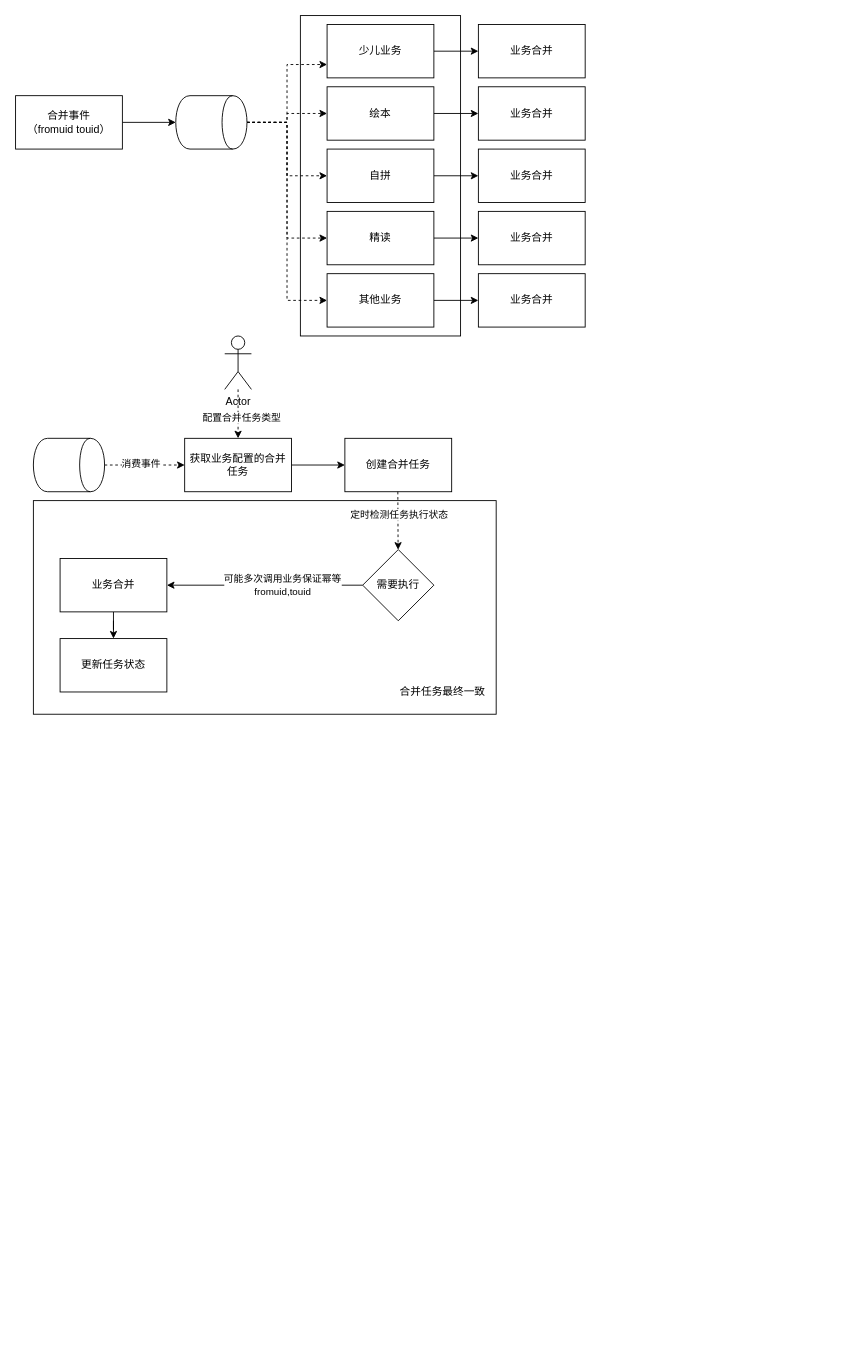
The draw.io diagram page "资产合并流程" (11 of 11) of test.drawio in joeytang/imgs, before the edit. Source tidied: cells renumbered, new cells numbered last; positions are measured from the earlier drawing's top-left corner, leaving out a move shared by most shapes. Both pictures are drawn from the tidied source at 89%, with x=0, y=0 at pixel (15, 15).
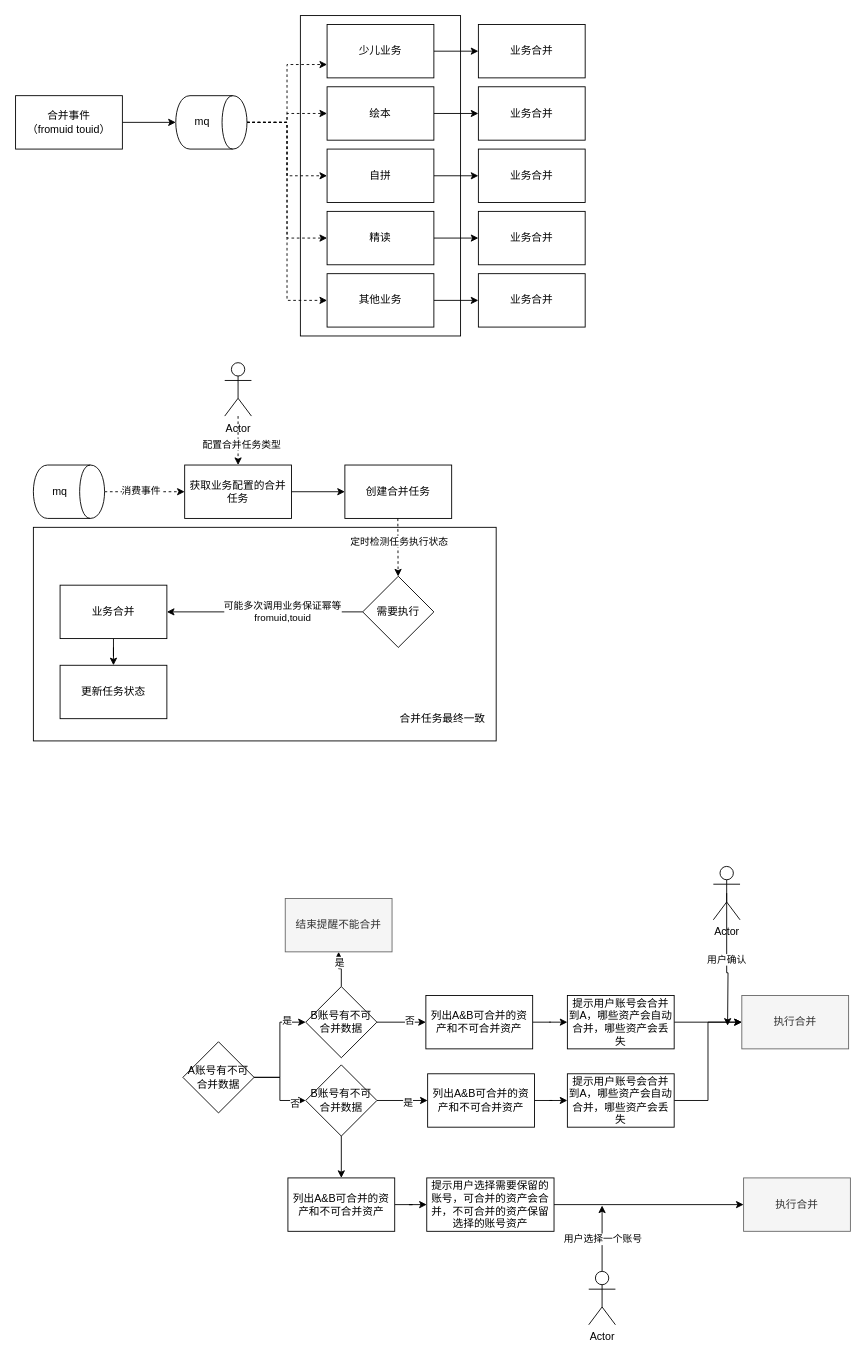
After the change.

The edit, as a diff of the source:
```diff
@@
     <mxCell id="2" style="rounded=0;whiteSpace=wrap;html=1;" parent="1" vertex="1">
-      <mxGeometry x="20" y="545" width="520" height="240" as="geometry" />
+      <mxGeometry x="20" y="575" width="520" height="240" as="geometry" />
     </mxCell>
@@
     <mxCell id="28" value="获取业务配置的合并任务" style="rounded=0;whiteSpace=wrap;html=1;" parent="1" vertex="1">
-      <mxGeometry x="190" y="475" width="120" height="60" as="geometry" />
+      <mxGeometry x="190" y="505" width="120" height="60" as="geometry" />
     </mxCell>
@@
     <mxCell id="31" style="shape=cylinder;whiteSpace=wrap;html=1;boundedLbl=1;backgroundOutline=1;rotation=90;" parent="1" vertex="1">
-      <mxGeometry x="30" y="465" width="60" height="80" as="geometry" />
+      <mxGeometry x="30" y="495" width="60" height="80" as="geometry" />
     </mxCell>
     <mxCell id="32" style="endArrow=classic;html=1;dashed=1;" parent="1" edge="1" target="28">
       <mxGeometry relative="1" as="geometry">
-        <mxPoint x="250" y="420" as="sourcePoint" />
+        <mxPoint x="250" y="450" as="sourcePoint" />
       </mxGeometry>
     </mxCell>
@@
     <mxCell id="34" value="Actor" style="shape=umlActor;verticalLabelPosition=bottom;verticalAlign=top;html=1;" parent="1" vertex="1">
-      <mxGeometry x="235" y="360" width="30" height="60" as="geometry" />
+      <mxGeometry x="235" y="390" width="30" height="60" as="geometry" />
     </mxCell>
     <mxCell id="35" value="创建合并任务" style="whiteSpace=wrap;html=1;rounded=0;" parent="1" vertex="1">
-      <mxGeometry x="370" y="475" width="120" height="60" as="geometry" />
+      <mxGeometry x="370" y="505" width="120" height="60" as="geometry" />
     </mxCell>
     <mxCell id="36" style="endArrow=classic;html=1;dashed=1;" parent="1" edge="1" target="40">
       <mxGeometry relative="1" as="geometry">
-        <mxPoint x="429.5" y="535" as="sourcePoint" />
+        <mxPoint x="429.5" y="565" as="sourcePoint" />
       </mxGeometry>
     </mxCell>
@@
     <mxCell id="40" value="需要执行" style="rhombus;whiteSpace=wrap;html=1;" parent="1" vertex="1">
-      <mxGeometry x="390" y="600" width="80" height="80" as="geometry" />
+      <mxGeometry x="390" y="630" width="80" height="80" as="geometry" />
     </mxCell>
@@
     <mxCell id="42" value="业务合并" style="rounded=0;whiteSpace=wrap;html=1;" parent="1" vertex="1">
-      <mxGeometry x="50" y="610" width="120" height="60" as="geometry" />
+      <mxGeometry x="50" y="640" width="120" height="60" as="geometry" />
     </mxCell>
     <mxCell id="43" value="更新任务状态" style="rounded=0;whiteSpace=wrap;html=1;" parent="1" vertex="1">
-      <mxGeometry x="50" y="700" width="120" height="60" as="geometry" />
+      <mxGeometry x="50" y="730" width="120" height="60" as="geometry" />
     </mxCell>
     <mxCell id="44" value="合并任务最终一致" style="text;html=1;strokeColor=none;fillColor=none;align=center;verticalAlign=middle;whiteSpace=wrap;rounded=0;" parent="1" vertex="1">
-      <mxGeometry x="430" y="750" width="100" height="20" as="geometry" />
+      <mxGeometry x="430" y="780" width="100" height="20" as="geometry" />
     </mxCell>
+    <mxCell id="45" value="mq" style="text;html=1;strokeColor=none;fillColor=none;align=center;verticalAlign=middle;whiteSpace=wrap;rounded=0;" parent="1" vertex="1">
+      <mxGeometry x="190" y="110" width="40" height="20" as="geometry" />
+    </mxCell>
+    <mxCell id="46" value="mq" style="text;html=1;strokeColor=none;fillColor=none;align=center;verticalAlign=middle;whiteSpace=wrap;rounded=0;" parent="1" vertex="1">
+      <mxGeometry x="30" y="525" width="40" height="20" as="geometry" />
+    </mxCell>
+    <mxCell id="47" style="edgeStyle=orthogonalEdgeStyle;rounded=0;jettySize=auto;html=1;" parent="1" edge="1" source="51" target="56">
+      <mxGeometry relative="1" as="geometry" />
+    </mxCell>
+    <mxCell id="48" value="是" style="edgeLabel;html=1;align=center;verticalAlign=middle;" parent="47" vertex="1">
+      <mxGeometry x="0.63" y="2" relative="1" as="geometry" />
+    </mxCell>
+    <mxCell id="49" style="edgeStyle=orthogonalEdgeStyle;rounded=0;jettySize=auto;html=1;" parent="1" edge="1" source="51" target="60">
+      <mxGeometry relative="1" as="geometry" />
+    </mxCell>
+    <mxCell id="50" value="否" style="edgeLabel;html=1;align=center;verticalAlign=middle;" parent="49" vertex="1">
+      <mxGeometry x="0.7" y="-3" relative="1" as="geometry" />
+    </mxCell>
+    <mxCell id="51" value="A账号有不可合并数据" style="rhombus;whiteSpace=wrap;html=1;" parent="1" vertex="1">
+      <mxGeometry x="188" y="1153" width="80" height="80" as="geometry" />
+    </mxCell>
+    <mxCell id="52" style="edgeStyle=orthogonalEdgeStyle;rounded=0;jettySize=auto;html=1;" parent="1" edge="1" source="56" target="61">
+      <mxGeometry relative="1" as="geometry" />
+    </mxCell>
+    <mxCell id="53" value="是" style="edgeLabel;html=1;align=center;verticalAlign=middle;" parent="52" vertex="1">
+      <mxGeometry x="0.49" relative="1" as="geometry" />
+    </mxCell>
+    <mxCell id="54" style="edgeStyle=orthogonalEdgeStyle;rounded=0;jettySize=auto;html=1;" parent="1" edge="1" source="56" target="63">
+      <mxGeometry relative="1" as="geometry" />
+    </mxCell>
+    <mxCell id="55" value="否" style="edgeLabel;html=1;align=center;verticalAlign=middle;" parent="54" vertex="1">
+      <mxGeometry x="0.32" y="2" relative="1" as="geometry" />
+    </mxCell>
+    <mxCell id="56" value="B账号有不可合并数据" style="rhombus;whiteSpace=wrap;html=1;" parent="1" vertex="1">
+      <mxGeometry x="326" y="1091" width="80" height="80" as="geometry" />
+    </mxCell>
+    <mxCell id="57" style="edgeStyle=orthogonalEdgeStyle;rounded=0;jettySize=auto;html=1;" parent="1" edge="1" source="60" target="70">
+      <mxGeometry relative="1" as="geometry" />
+    </mxCell>
+    <mxCell id="58" value="是" style="edgeLabel;html=1;align=center;verticalAlign=middle;" parent="57" vertex="1">
+      <mxGeometry x="0.19" y="-2" relative="1" as="geometry" />
+    </mxCell>
+    <mxCell id="59" style="edgeStyle=orthogonalEdgeStyle;rounded=0;jettySize=auto;html=1;" parent="1" edge="1" source="60" target="75">
+      <mxGeometry relative="1" as="geometry" />
+    </mxCell>
+    <mxCell id="60" value="B账号有不可合并数据" style="rhombus;whiteSpace=wrap;html=1;" parent="1" vertex="1">
+      <mxGeometry x="326" y="1179" width="80" height="80" as="geometry" />
+    </mxCell>
+    <mxCell id="61" value="结束提醒不能合并" style="rounded=0;whiteSpace=wrap;html=1;fillColor=#f5f5f5;strokeColor=#666666;fontColor=#333333;" parent="1" vertex="1">
+      <mxGeometry x="303" y="992" width="120" height="60" as="geometry" />
+    </mxCell>
+    <mxCell id="62" style="edgeStyle=orthogonalEdgeStyle;rounded=0;jettySize=auto;html=1;" parent="1" edge="1" source="63" target="65">
+      <mxGeometry relative="1" as="geometry" />
+    </mxCell>
+    <mxCell id="63" value="列出A&amp;amp;B可合并的资产和不可合并资产" style="rounded=0;whiteSpace=wrap;html=1;" parent="1" vertex="1">
+      <mxGeometry x="461" y="1101" width="120" height="60" as="geometry" />
+    </mxCell>
+    <mxCell id="64" style="edgeStyle=orthogonalEdgeStyle;rounded=0;jettySize=auto;html=1;" parent="1" edge="1" source="65" target="66">
+      <mxGeometry relative="1" as="geometry" />
+    </mxCell>
+    <mxCell id="65" value="提示用户账号会合并到A，哪些资产会自动合并，哪些资产会丢失" style="rounded=0;whiteSpace=wrap;html=1;" parent="1" vertex="1">
+      <mxGeometry x="620" y="1101" width="120" height="60" as="geometry" />
+    </mxCell>
+    <mxCell id="66" value="执行合并" style="rounded=0;whiteSpace=wrap;html=1;fillColor=#f5f5f5;strokeColor=#666666;fontColor=#333333;" parent="1" vertex="1">
+      <mxGeometry x="816" y="1101" width="120" height="60" as="geometry" />
+    </mxCell>
+    <mxCell id="67" value="用户确认" style="edgeStyle=orthogonalEdgeStyle;rounded=0;jettySize=auto;html=1;exitX=0.5;exitY=0.5;exitDx=0;exitDy=0;exitPerimeter=0;" parent="1" edge="1" source="68">
+      <mxGeometry relative="1" as="geometry">
+        <mxPoint x="800" y="1135" as="targetPoint" />
+      </mxGeometry>
+    </mxCell>
+    <mxCell id="68" value="Actor" style="shape=umlActor;verticalLabelPosition=bottom;verticalAlign=top;html=1;outlineConnect=0;" parent="1" vertex="1">
+      <mxGeometry x="784" y="956" width="30" height="60" as="geometry" />
+    </mxCell>
+    <mxCell id="69" style="edgeStyle=orthogonalEdgeStyle;rounded=0;jettySize=auto;html=1;" parent="1" edge="1" source="70" target="72">
+      <mxGeometry relative="1" as="geometry" />
+    </mxCell>
+    <mxCell id="70" value="列出A&amp;amp;B可合并的资产和不可合并资产" style="rounded=0;whiteSpace=wrap;html=1;" parent="1" vertex="1">
+      <mxGeometry x="463" y="1189" width="120" height="60" as="geometry" />
+    </mxCell>
+    <mxCell id="71" style="edgeStyle=orthogonalEdgeStyle;rounded=0;jettySize=auto;html=1;entryX=0;entryY=0.5;entryDx=0;entryDy=0;" parent="1" edge="1" source="72" target="66">
+      <mxGeometry relative="1" as="geometry" />
+    </mxCell>
+    <mxCell id="72" value="提示用户账号会合并到A，哪些资产会自动合并，哪些资产会丢失" style="rounded=0;whiteSpace=wrap;html=1;" parent="1" vertex="1">
+      <mxGeometry x="620" y="1189" width="120" height="60" as="geometry" />
+    </mxCell>
+    <mxCell id="73" style="edgeStyle=orthogonalEdgeStyle;rounded=0;jettySize=auto;html=1;exitX=1;exitY=0.5;exitDx=0;exitDy=0;" parent="1" edge="1" source="79" target="76">
+      <mxGeometry relative="1" as="geometry" />
+    </mxCell>
+    <mxCell id="74" style="edgeStyle=orthogonalEdgeStyle;rounded=0;jettySize=auto;html=1;" parent="1" edge="1" source="75" target="79">
+      <mxGeometry relative="1" as="geometry" />
+    </mxCell>
+    <mxCell id="75" value="列出A&amp;amp;B可合并的资产和不可合并资产" style="rounded=0;whiteSpace=wrap;html=1;" parent="1" vertex="1">
+      <mxGeometry x="306" y="1306" width="120" height="60" as="geometry" />
+    </mxCell>
+    <mxCell id="76" value="执行合并" style="rounded=0;whiteSpace=wrap;html=1;fillColor=#f5f5f5;strokeColor=#666666;fontColor=#333333;" parent="1" vertex="1">
+      <mxGeometry x="818" y="1306" width="120" height="60" as="geometry" />
+    </mxCell>
+    <mxCell id="77" value="用户选择一个账号" style="edgeStyle=orthogonalEdgeStyle;rounded=0;jettySize=auto;html=1;" parent="1" edge="1" source="78">
+      <mxGeometry relative="1" as="geometry">
+        <mxPoint x="659" y="1337" as="targetPoint" />
+      </mxGeometry>
+    </mxCell>
+    <mxCell id="78" value="Actor" style="shape=umlActor;verticalLabelPosition=bottom;verticalAlign=top;html=1;outlineConnect=0;" parent="1" vertex="1">
+      <mxGeometry x="644" y="1411" width="30" height="60" as="geometry" />
+    </mxCell>
+    <mxCell id="79" value="提示用户选择需要保留的账号，可合并的资产会合并，不可合并的资产保留选择的账号资产" style="rounded=0;whiteSpace=wrap;html=1;" parent="1" vertex="1">
+      <mxGeometry x="462" y="1306" width="143" height="60" as="geometry" />
+    </mxCell>
```
